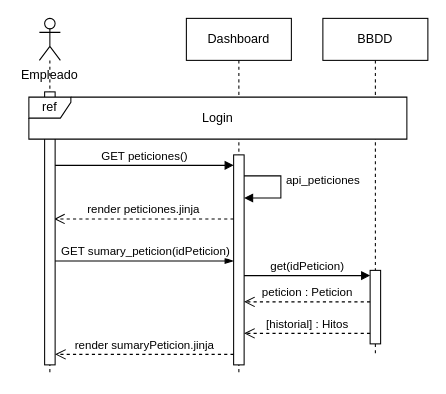
The draw.io diagram page "Secuencia Detalles Peticion" (8 of 15) of documents/img/diagramas/TFG.drawio in humaral/tfg, before the edit. Source tidied: cells renumbered, new cells numbered last; positions are measured from the earlier drawing's top-left corner, leaving out a move shared by most shapes. Both pictures are drawn from the tidied source at 105%, with x=0, y=0 at pixel (18, 18).
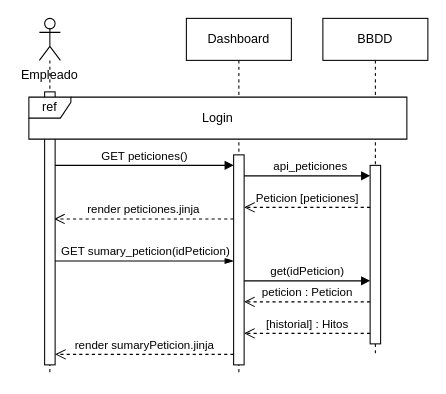
Above is the later version.

Unchanged cells that the change refers to:
```xml
<mxCell id="3" value="Dashboard" style="shape=umlLifeline;perimeter=lifelinePerimeter;whiteSpace=wrap;html=1;outlineConnect=0;portConstraint=eastwest;newEdgeStyle={&quot;edgeStyle&quot;:&quot;elbowEdgeStyle&quot;,&quot;elbow&quot;:&quot;vertical&quot;,&quot;curved&quot;:0,&quot;rounded&quot;:0};" parent="1" vertex="1">
  <mxGeometry x="160" width="100" height="340" as="geometry" />
</mxCell>
<mxCell id="4" style="html=1;points=[[0,0,0,0,5],[0,1,0,0,-5],[1,0,0,0,5],[1,1,0,0,-5]];perimeter=orthogonalPerimeter;outlineConnect=0;targetShapes=umlLifeline;portConstraint=eastwest;newEdgeStyle={&quot;curved&quot;:0,&quot;rounded&quot;:0};" parent="3" vertex="1">
  <mxGeometry x="45" y="130" width="10" height="200" as="geometry" />
</mxCell>
<mxCell id="13" value="BBDD" style="shape=umlLifeline;perimeter=lifelinePerimeter;whiteSpace=wrap;html=1;newEdgeStyle={&quot;curved&quot;:0,&quot;rounded&quot;:0};" parent="1" vertex="1">
  <mxGeometry x="290" width="100" height="320" as="geometry" />
</mxCell>
```

What changed in the source:
```diff
@@
+    <mxCell id="5" value="api_peticiones" style="html=1;verticalAlign=bottom;endArrow=block;curved=0;rounded=0;" parent="1" edge="1" source="3" target="14">
+      <mxGeometry x="0.08" relative="1" as="geometry">
+        <Array as="points">
+          <mxPoint x="230" y="150" />
+          <mxPoint x="250" y="150" />
+          <mxPoint x="300" y="150" />
+        </Array>
+      </mxGeometry>
+    </mxCell>
@@
-    <mxCell id="5" value="api_peticiones" style="html=1;verticalAlign=bottom;endArrow=block;curved=0;rounded=0;" parent="3" edge="1" source="4">
-      <mxGeometry x="0.05" y="40" relative="1" as="geometry">
-        <mxPoint x="55" y="171" as="targetPoint" />
-        <Array as="points">
-          <mxPoint x="70" y="150" />
-          <mxPoint x="90" y="150" />
-          <mxPoint x="90" y="171" />
-        </Array>
-      </mxGeometry>
-    </mxCell>
@@
     <mxCell id="14" style="html=1;points=[[0,0,0,0,5],[0,1,0,0,-5],[1,0,0,0,5],[1,1,0,0,-5]];perimeter=orthogonalPerimeter;outlineConnect=0;targetShapes=umlLifeline;portConstraint=eastwest;newEdgeStyle={&quot;curved&quot;:0,&quot;rounded&quot;:0};" parent="13" vertex="1">
-      <mxGeometry x="45" y="240" width="10" height="70" as="geometry" />
+      <mxGeometry x="45" y="140" width="10" height="170" as="geometry" />
     </mxCell>
-    <mxCell id="15" value="get(idPeticion)" style="html=1;verticalAlign=bottom;endArrow=block;curved=0;rounded=0;entryX=0;entryY=0;entryDx=0;entryDy=5;" parent="1" edge="1" source="4" target="14">
-      <mxGeometry relative="1" as="geometry" />
+    <mxCell id="15" value="get(idPeticion)" style="html=1;verticalAlign=bottom;endArrow=block;curved=0;rounded=0;" parent="1" edge="1" source="4" target="14">
+      <mxGeometry relative="1" as="geometry">
+        <Array as="points">
+          <mxPoint x="280" y="250" />
+        </Array>
+      </mxGeometry>
     </mxCell>
@@
+    <mxCell id="20" value="Peticion [peticiones]" style="html=1;verticalAlign=bottom;endArrow=open;dashed=1;endSize=8;curved=0;rounded=0;" parent="1" edge="1" source="14" target="4">
+      <mxGeometry relative="1" as="geometry">
+        <Array as="points">
+          <mxPoint x="280" y="180" />
+        </Array>
+      </mxGeometry>
+    </mxCell>
```
